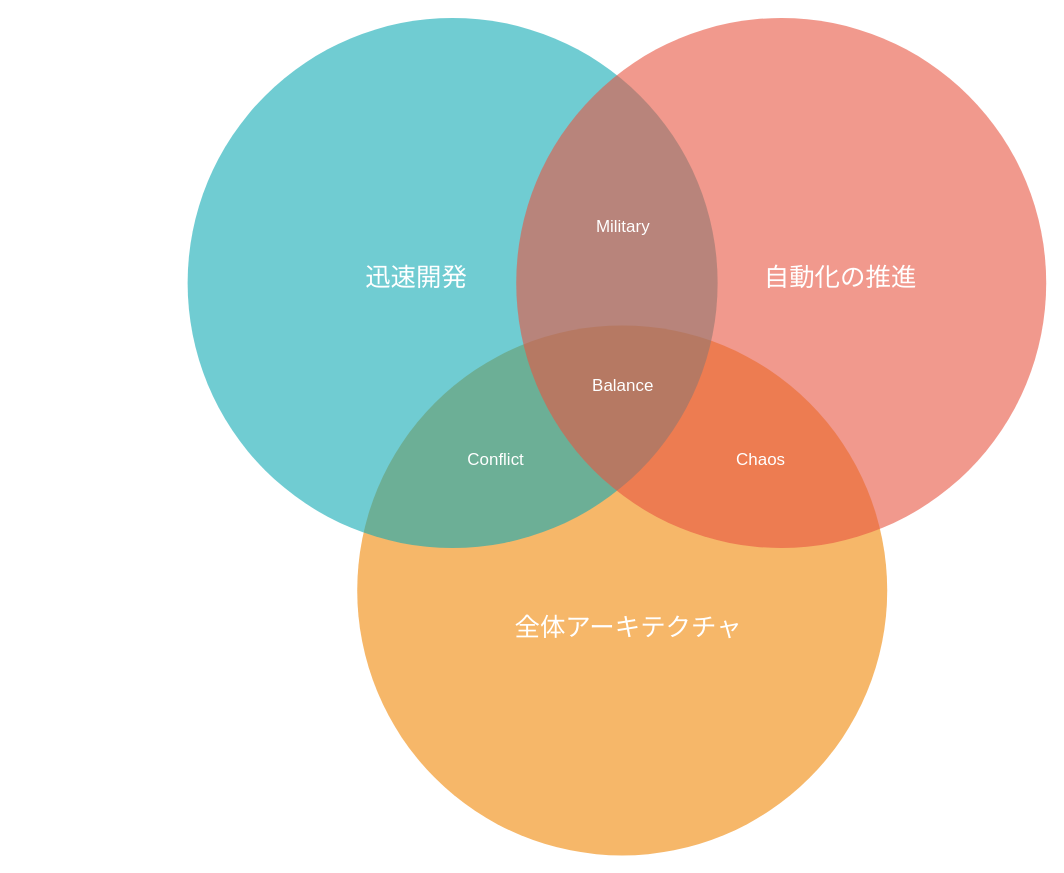
Above: 名称未設定ファイル.drawio in e21084/drawio (draw.io), before the change. Source tidied: cells renumbered, new cells numbered last; positions are measured from the earlier drawing's top-left corner, leaving out a move shared by most shapes. Both pictures are drawn from the tidied source at 106%, with x=0, y=0 at pixel (188, 17).
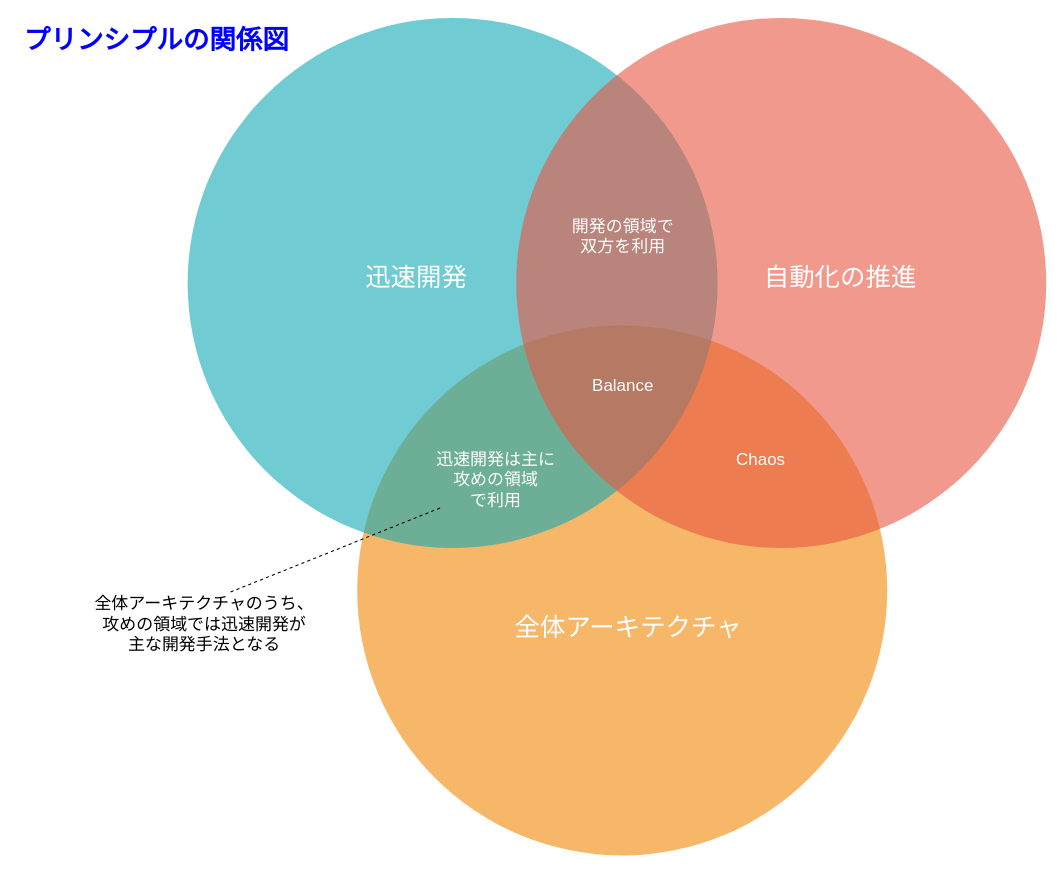
After the change.

Commit message:
名称未設定ファイル.drawio を更新します

Diff of the diagram source:
```diff
@@
 <mxGraphModel background="#ffffff">
   <root>
     <mxCell id="0" />
     <mxCell id="1" parent="0" />
     <mxCell id="2" style="ellipse;fillColor=#F08705;opacity=60;strokeColor=none;html=1;fontColor=#FFFFFF;" parent="1" vertex="1">
       <mxGeometry x="159.5" y="290.5" width="500" height="500" as="geometry" />
     </mxCell>
     <mxCell id="3" style="ellipse;fillColor=#12AAB5;opacity=60;strokeColor=none;html=1;fontColor=#FFFFFF;" parent="1" vertex="1">
       <mxGeometry x="-0.5" y="0.5" width="500" height="500" as="geometry" />
     </mxCell>
     <mxCell id="4" style="ellipse;fillColor=#e85642;opacity=60;strokeColor=none;html=1;fontColor=#FFFFFF;" parent="1" vertex="1">
       <mxGeometry x="309.5" y="0.5" width="500" height="500" as="geometry" />
     </mxCell>
     <mxCell id="5" value="迅速開発" style="text;fontSize=24;align=center;verticalAlign=middle;html=1;fontColor=#FFFFFF;" parent="1" vertex="1">
       <mxGeometry x="119.5" y="210.5" width="190" height="70" as="geometry" />
     </mxCell>
     <mxCell id="6" value="自動化の推進" style="text;fontSize=24;align=center;verticalAlign=middle;html=1;fontColor=#FFFFFF;" parent="1" vertex="1">
       <mxGeometry x="519.5" y="210.5" width="190" height="70" as="geometry" />
     </mxCell>
     <mxCell id="7" value="全体アーキテクチャ" style="text;fontSize=24;align=center;verticalAlign=middle;html=1;fontColor=#FFFFFF;" parent="1" vertex="1">
       <mxGeometry x="319.5" y="540.5" width="190" height="70" as="geometry" />
     </mxCell>
-    <mxCell id="8" value="Military" style="text;align=center;html=1;fontColor=#FFFFFF;fontSize=16;" parent="1" vertex="1">
+    <mxCell id="8" value="開発の領域で&lt;br&gt;双方を利用" style="text;align=center;html=1;fontColor=#FFFFFF;fontSize=16;" parent="1" vertex="1">
       <mxGeometry x="389.5" y="180.5" width="40" height="40" as="geometry" />
     </mxCell>
-    <mxCell id="9" value="Conflict" style="text;align=center;html=1;fontColor=#FFFFFF;fontSize=16;" parent="1" vertex="1">
+    <mxCell id="9" value="迅速開発は主に&lt;br&gt;攻めの領域&lt;br&gt;で利用" style="text;align=center;html=1;fontColor=#FFFFFF;fontSize=16;" parent="1" vertex="1">
       <mxGeometry x="269.5" y="400.5" width="40" height="40" as="geometry" />
     </mxCell>
     <mxCell id="10" value="Chaos" style="text;align=center;html=1;fontColor=#FFFFFF;fontSize=16;" parent="1" vertex="1">
       <mxGeometry x="519.5" y="400.5" width="40" height="40" as="geometry" />
     </mxCell>
     <mxCell id="11" value="Balance" style="text;align=center;html=1;fontColor=#FFFFFF;fontSize=16;" parent="1" vertex="1">
       <mxGeometry x="389.5" y="330.5" width="40" height="40" as="geometry" />
     </mxCell>
+    <mxCell id="12" style="endArrow=none;dashed=1;html=1;" parent="1" edge="1">
+      <mxGeometry relative="1" as="geometry">
+        <mxPoint x="40" y="542" as="sourcePoint" />
+        <mxPoint x="239.5" y="462" as="targetPoint" />
+      </mxGeometry>
+    </mxCell>
+    <mxCell id="13" value="全体アーキテクチャのうち、&lt;br&gt;攻めの領域では迅速開発が&lt;br&gt;主な開発手法となる" style="text;html=1;align=center;verticalAlign=middle;fillColor=none;strokeColor=none;rounded=0;fontSize=16;" parent="1" vertex="1">
+      <mxGeometry x="-95" y="542" width="220" height="60" as="geometry" />
+    </mxCell>
+    <mxCell id="14" value="プリンシプルの関係図" style="text;html=1;align=center;verticalAlign=middle;fillColor=none;strokeColor=none;rounded=0;fontSize=25;fontFamily=Verdana;fontStyle=1;fontColor=#0000FF;" parent="1" vertex="1">
+      <mxGeometry x="-160" y="0.5" width="260" height="40" as="geometry" />
+    </mxCell>
   </root>
 </mxGraphModel>
```
